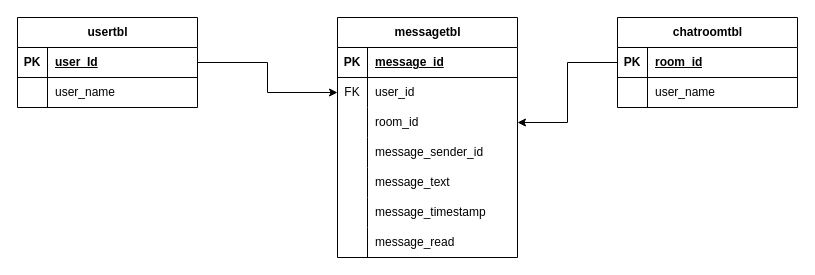
Above: 채팅 클라이언트 DB.drawio in Hyunmin-Kwak-hub/neighbor21 (draw.io), before the change. Source tidied: cells renumbered, new cells numbered last; positions are measured from the earlier drawing's top-left corner, leaving out a move shared by most shapes. Both pictures are drawn from the tidied source at 100%, with x=0, y=0 at pixel (17, 17).
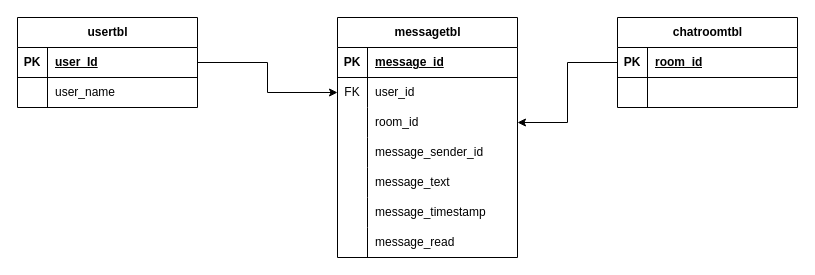
After the change.

Commit message:
채팅 클라이언트 DB.drawio 업데이트

The change refers to these unchanged cells:
```xml
<mxCell id="36" style="shape=tableRow;horizontal=0;startSize=0;swimlaneHead=0;swimlaneBody=0;fillColor=none;top=0;left=0;right=0;bottom=0;" parent="32" vertex="1">
  <mxGeometry y="60" width="180" height="30" as="geometry" />
</mxCell>
```

Change to the diagram source:
```diff
@@
-    <mxCell id="38" value="user_name" style="shape=partialRectangle;fillColor=none;top=0;left=0;bottom=0;right=0;align=left;spacingLeft=6;overflow=hidden;whiteSpace=wrap;html=1;" parent="36" vertex="1">
+    <mxCell id="38" style="shape=partialRectangle;fillColor=none;top=0;left=0;bottom=0;right=0;align=left;spacingLeft=6;overflow=hidden;whiteSpace=wrap;html=1;" parent="36" vertex="1">
       <mxGeometry x="30" width="150" height="30" as="geometry" />
     </mxCell>
```
